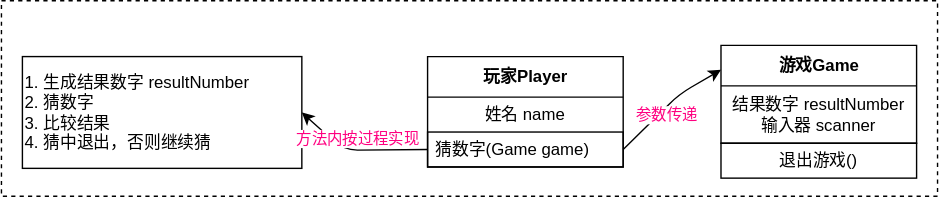
mg0324/s-java keeps this draw.io diagram as static/java/base/oop-gn.drawio.svg. Above is the earlier version. Source tidied: cells renumbered, new cells last; positions are measured from the earlier drawing's top-left corner, leaving out a move shared by most shapes.
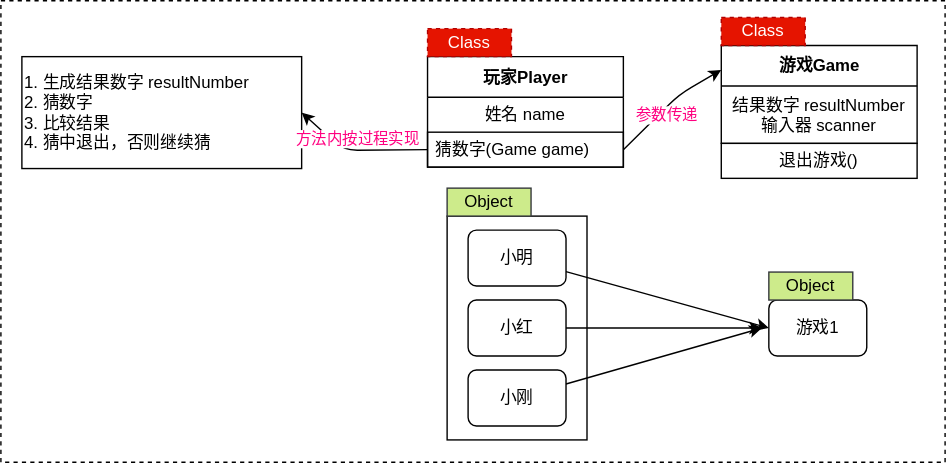
After the change.

Diff of the diagram source:
```diff
@@ -3,8 +3,11 @@
     <mxCell id="0" />
     <mxCell id="1" parent="0" />
     <mxCell id="2" style="rounded=0;whiteSpace=wrap;html=1;strokeColor=default;dashed=1;" parent="1" vertex="1">
-      <mxGeometry width="670" height="140" as="geometry" />
+      <mxGeometry width="675" height="330" as="geometry" />
     </mxCell>
+    <mxCell id="14" style="rounded=0;whiteSpace=wrap;html=1;fontColor=#000000;strokeColor=default;" parent="1" vertex="1">
+      <mxGeometry x="319" y="154" width="100" height="160" as="geometry" />
+    </mxCell>
     <mxCell id="3" value="1. 生成结果数字 resultNumber&lt;br&gt;2. 猜数字&lt;br&gt;3. 比较结果&lt;br&gt;4. 猜中退出，否则继续猜" style="rounded=0;whiteSpace=wrap;html=1;align=left;" parent="1" vertex="1">
       <mxGeometry x="15" y="40" width="200" height="80" as="geometry" />
     </mxCell>
@@ -50,5 +53,42 @@
     <mxCell id="13" value="退出游戏()" style="text;html=1;strokeColor=default;fillColor=none;align=center;verticalAlign=middle;spacingLeft=4;spacingRight=4;overflow=hidden;" parent="1" vertex="1">
       <mxGeometry x="515" y="102" width="140" height="25" as="geometry" />
     </mxCell>
+    <mxCell id="15" style="edgeStyle=none;html=1;entryX=0;entryY=0.5;entryDx=0;entryDy=0;fontColor=#000000;" parent="1" edge="1" source="16" target="21">
+      <mxGeometry relative="1" as="geometry" />
+    </mxCell>
+    <mxCell id="16" value="小明" style="rounded=1;whiteSpace=wrap;html=1;fontColor=#000000;strokeColor=default;" parent="1" vertex="1">
+      <mxGeometry x="334" y="164" width="70" height="40" as="geometry" />
+    </mxCell>
+    <mxCell id="17" style="edgeStyle=none;html=1;fontColor=#000000;" parent="1" edge="1" source="18">
+      <mxGeometry relative="1" as="geometry">
+        <mxPoint x="544" y="234" as="targetPoint" />
+      </mxGeometry>
+    </mxCell>
+    <mxCell id="18" value="小红" style="rounded=1;whiteSpace=wrap;html=1;fontColor=#000000;strokeColor=default;" parent="1" vertex="1">
+      <mxGeometry x="334" y="214" width="70" height="40" as="geometry" />
+    </mxCell>
+    <mxCell id="19" style="edgeStyle=none;html=1;fontColor=#000000;" parent="1" edge="1" source="20">
+      <mxGeometry relative="1" as="geometry">
+        <mxPoint x="544" y="234" as="targetPoint" />
+      </mxGeometry>
+    </mxCell>
+    <mxCell id="20" value="小刚" style="rounded=1;whiteSpace=wrap;html=1;fontColor=#000000;strokeColor=default;" parent="1" vertex="1">
+      <mxGeometry x="334" y="264" width="70" height="40" as="geometry" />
+    </mxCell>
+    <mxCell id="21" value="游戏1" style="rounded=1;whiteSpace=wrap;html=1;fontColor=#000000;strokeColor=default;" parent="1" vertex="1">
+      <mxGeometry x="549" y="214" width="70" height="40" as="geometry" />
+    </mxCell>
+    <mxCell id="22" value="Class" style="text;html=1;strokeColor=#B20000;fillColor=#e51400;align=center;verticalAlign=middle;whiteSpace=wrap;rounded=0;dashed=1;fontColor=#ffffff;" parent="1" vertex="1">
+      <mxGeometry x="305" y="20" width="60" height="20" as="geometry" />
+    </mxCell>
+    <mxCell id="23" value="Class" style="text;html=1;strokeColor=#B20000;fillColor=#e51400;align=center;verticalAlign=middle;whiteSpace=wrap;rounded=0;dashed=1;fontColor=#ffffff;" parent="1" vertex="1">
+      <mxGeometry x="515" y="12" width="60" height="20" as="geometry" />
+    </mxCell>
+    <mxCell id="24" value="Object" style="text;html=1;strokeColor=#36393d;fillColor=#cdeb8b;align=center;verticalAlign=middle;whiteSpace=wrap;rounded=0;" parent="1" vertex="1">
+      <mxGeometry x="319" y="134" width="60" height="20" as="geometry" />
+    </mxCell>
+    <mxCell id="25" value="Object" style="text;html=1;strokeColor=#36393d;fillColor=#cdeb8b;align=center;verticalAlign=middle;whiteSpace=wrap;rounded=0;" parent="1" vertex="1">
+      <mxGeometry x="549" y="194" width="60" height="20" as="geometry" />
+    </mxCell>
   </root>
 </mxGraphModel>
```
